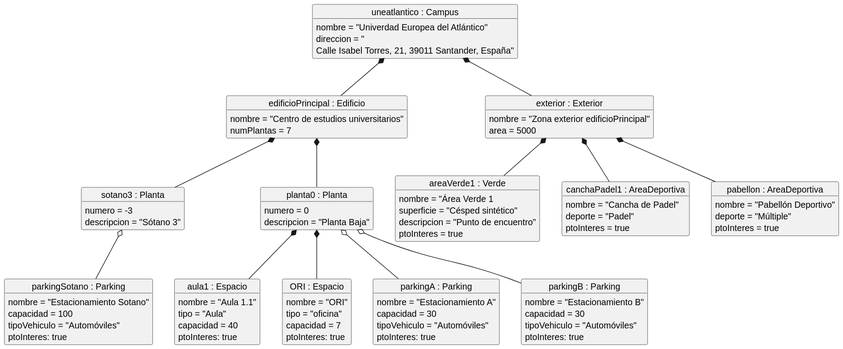
This is documentos/00-modeloDeDominio/DiagramaDeObjetos/diagramaDeObjetos.svg from Camila-Lesly/25-26-idsw1-sdr, a PlantUML export, as it was before one commit.
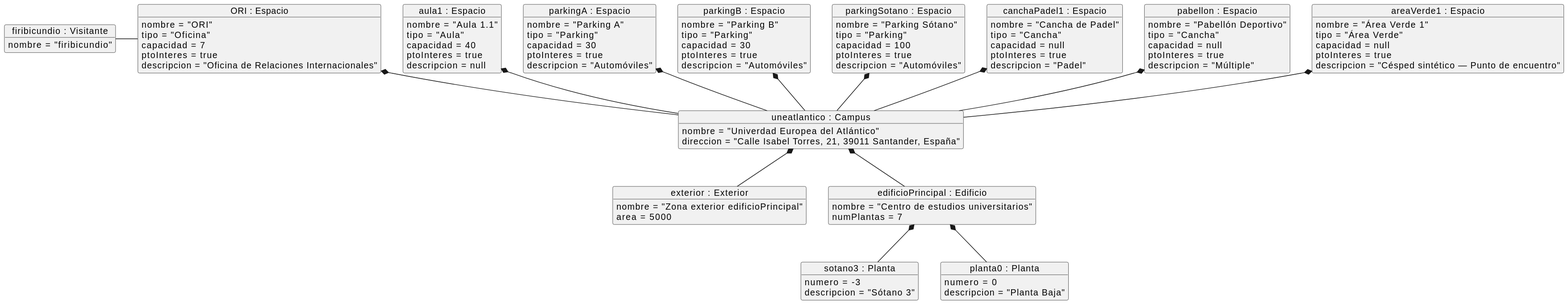
The same diagram one commit later.

Commit message:
fix: updating object diagram to follow diagram class standard

What changed in the source:
```diff
@@ -1,8 +1,80 @@
 @startuml
+object "firibicundio : Visitante" as firibicundio {
+    nombre = "firibicundio"
+}
+
+object "aula1 : Espacio" as aula1 {
+    nombre = "Aula 1.1"
+    tipo = "Aula"
+    capacidad = 40
+    ptoInteres = true
+    descripcion = null
+}
+
+object "ORI : Espacio" as ORI {
+    nombre = "ORI"
+    tipo = "Oficina"
+    capacidad = 7
+    ptoInteres = true
+    descripcion = "Oficina de Relaciones Internacionales"
+}
+
+object "parkingA : Espacio" as parkingA {
+    nombre = "Parking A"
+    tipo = "Parking"
+    capacidad = 30
+    ptoInteres = true
+    descripcion = "Automóviles"
+}
+
+object "parkingB : Espacio" as parkingB {
+    nombre = "Parking B"
+    tipo = "Parking"
+    capacidad = 30
+    ptoInteres = true
+    descripcion = "Automóviles"
+}
+
+object "parkingSotano : Espacio" as parkingSotano {
+    nombre = "Parking Sótano"
+    tipo = "Parking"
+    capacidad = 100
+    ptoInteres = true
+    descripcion = "Automóviles"
+}
+
+object "canchaPadel1 : Espacio" as canchaPadel1 {
+    nombre = "Cancha de Padel"
+    tipo = "Cancha"
+    capacidad = null
+    ptoInteres = true
+    descripcion = "Padel"
+}
+
+object "pabellon : Espacio" as pabellon {
+    nombre = "Pabellón Deportivo"
+    tipo = "Cancha"
+    capacidad = null
+    ptoInteres = true
+    descripcion = "Múltiple"
+}
+
+object "areaVerde1 : Espacio" as areaVerde1 {
+    nombre = "Área Verde 1"
+    tipo = "Área Verde"
+    capacidad = null
+    ptoInteres = true
+    descripcion = "Césped sintético — Punto de encuentro"
+}
+
 object "uneatlantico : Campus" as uneatlantico {
     nombre = "Univerdad Europea del Atlántico"
-    direccion = "
-    Calle Isabel Torres, 21, 39011 Santander, España"
+    direccion = "Calle Isabel Torres, 21, 39011 Santander, España"
+}
+
+object "exterior : Exterior" as exterior {
+    nombre = "Zona exterior edificioPrincipal"
+    area = 5000
 }
 
 object "edificioPrincipal : Edificio" as edificioPrincipal {
@@ -20,79 +92,22 @@
     descripcion = "Planta Baja"
 }
 
-object "aula1 : Espacio" as aula1 {
-    nombre = "Aula 1.1"
-    tipo = "Aula"
-    capacidad = 40
-    ptoInteres: true
-}
+firibicundio -right- ORI
 
-object "ORI : Espacio" as ORI {
-    nombre = "ORI"
-    tipo = "oficina"
-    capacidad = 7
-    ptoInteres: true
-}
+aula1 *-- uneatlantico
+ORI *-- uneatlantico
 
-object "parkingA : Parking" as parkingA {
-    nombre = "Estacionamiento A"
-    capacidad = 30
-    tipoVehiculo = "Automóviles"
-    ptoInteres: true
-}
+parkingSotano *-- uneatlantico
+parkingA *-- uneatlantico
+parkingB *-- uneatlantico
 
-object "parkingB : Parking" as parkingB {
-    nombre = "Estacionamiento B"
-    capacidad = 30
-    tipoVehiculo = "Automóviles"
-    ptoInteres: true
-}
-
-object "parkingSotano : Parking" as parkingSotano {
-    nombre = "Estacionamiento Sotano"
-    capacidad = 100
-    tipoVehiculo = "Automóviles"
-    ptoInteres: true
-}
-
-object "exterior : Exterior" as exterior {
-    nombre = "Zona exterior edificioPrincipal"
-    area = 5000
-}
-
-object "areaVerde1 : Verde" as areaVerde1 {
-    nombre = "Área Verde 1
-    superficie = "Césped sintético"
-    descripcion = "Punto de encuentro"
-    ptoInteres = true
-}
-
-object "canchaPadel1 : AreaDeportiva" as canchaPadel1 {
-    nombre = "Cancha de Padel"
-    deporte = "Padel"
-    ptoInteres = true
-}
-
-object "pabellon : AreaDeportiva" as pabellon {
-    nombre = "Pabellón Deportivo"
-    deporte = "Múltiple"
-    ptoInteres = true
-}
+areaVerde1 *-- uneatlantico
+canchaPadel1 *-- uneatlantico
+pabellon *-- uneatlantico
 
 uneatlantico *-- edificioPrincipal
 uneatlantico *-- exterior
 
 edificioPrincipal *-- sotano3
 edificioPrincipal *-- planta0
-
-planta0 *-- aula1
-planta0 *-- ORI
-sotano3 o-- parkingSotano
-
-planta0 o-- parkingA
-planta0 o-- parkingB
-
-exterior *-- areaVerde1
-exterior *-- canchaPadel1
-exterior *-- pabellon
 @enduml
```
